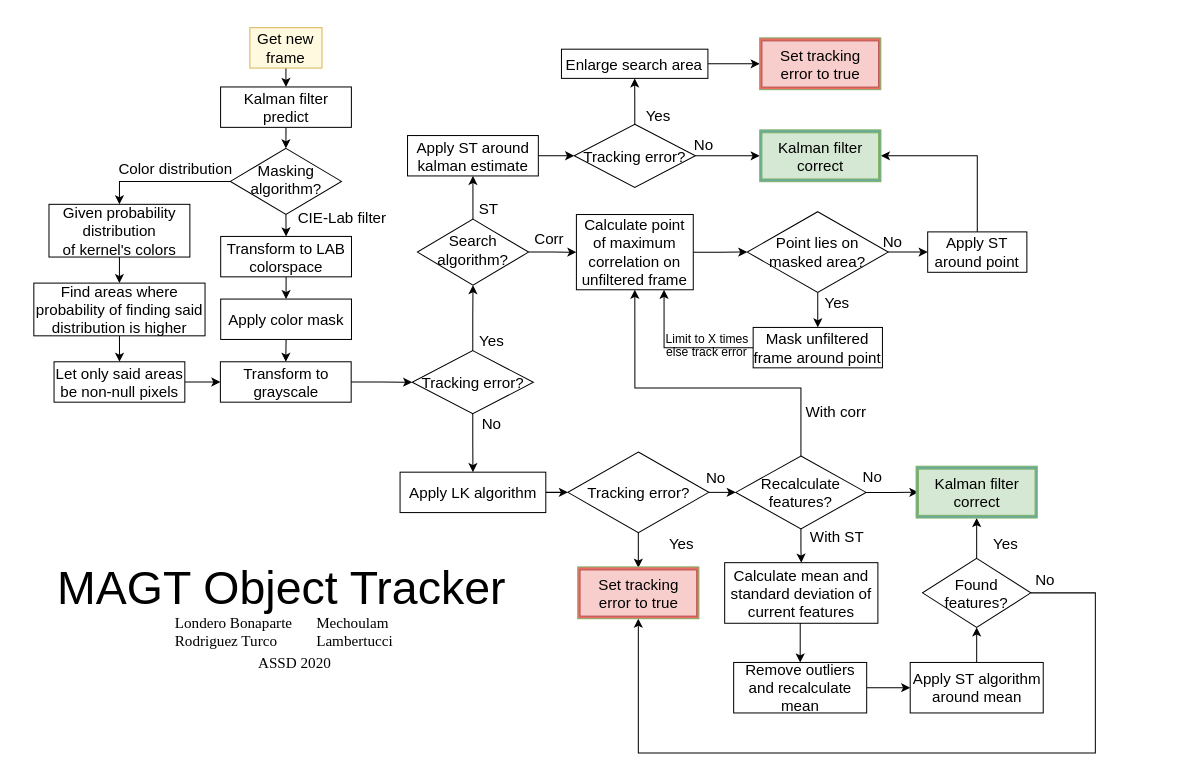
amechu/TP_FINAL_ASSD keeps this draw.io diagram as Flowchart.drawio. Above is the earlier version. Source tidied: cells renumbered, new cells numbered last; positions are measured from the earlier drawing's top-left corner, leaving out a move shared by most shapes. Both pictures are drawn from the tidied source at 101%, with x=0, y=0 at pixel (17, 27).
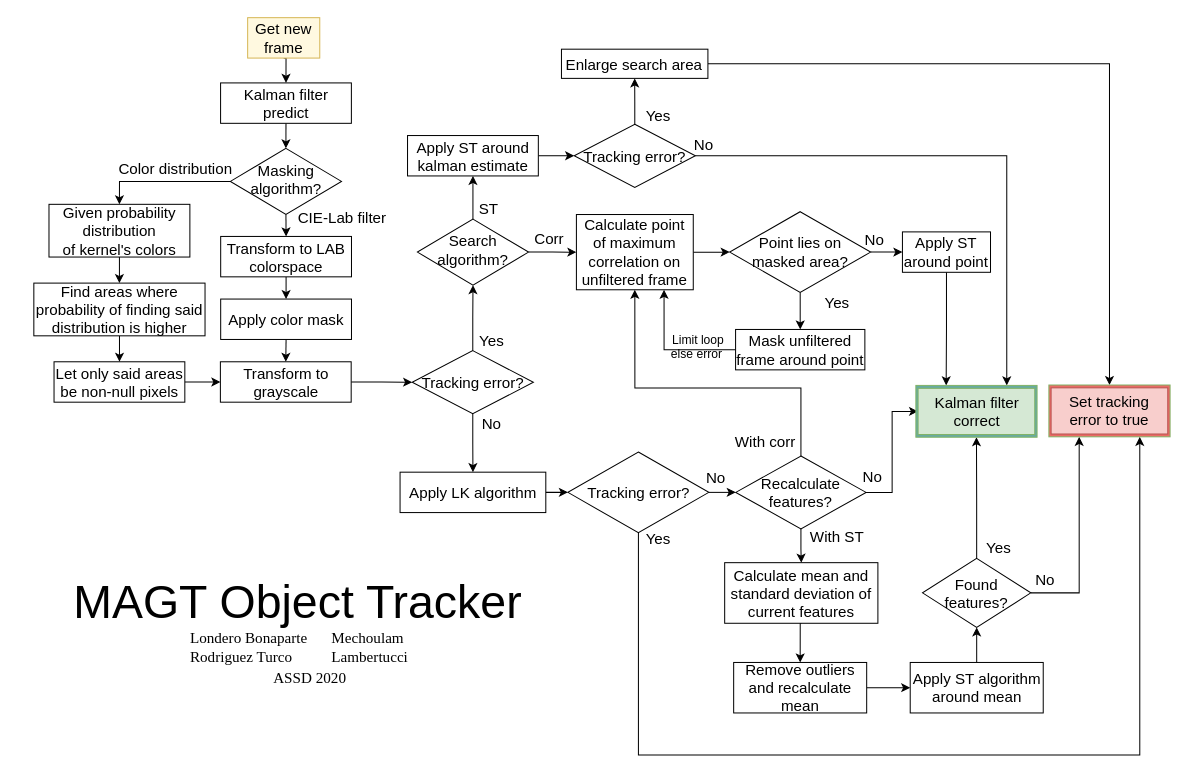
Above is the later version.

The change refers to these unchanged cells:
```xml
<mxCell id="27" value="Tracking error?" style="shape=rhombus;perimeter=rhombusPerimeter;whiteSpace=wrap;html=1;align=center;fontSize=15;" parent="1" vertex="1">
  <mxGeometry x="551" y="95.5" width="120" height="62.5" as="geometry" />
</mxCell>
<mxCell id="46" value="Tracking error?" style="shape=rhombus;perimeter=rhombusPerimeter;whiteSpace=wrap;html=1;align=center;fontSize=15;" parent="1" vertex="1">
  <mxGeometry x="544.8" y="420" width="139.5" height="80" as="geometry" />
</mxCell>
<mxCell id="52" value="Recalculate features?" style="shape=rhombus;perimeter=rhombusPerimeter;whiteSpace=wrap;html=1;align=center;fontSize=15;" parent="1" vertex="1">
  <mxGeometry x="711" y="424" width="129" height="72.1" as="geometry" />
</mxCell>
<mxCell id="62" value="Found features?" style="shape=rhombus;perimeter=rhombusPerimeter;whiteSpace=wrap;html=1;align=center;fontSize=15;" parent="1" vertex="1">
  <mxGeometry x="895.9" y="525.3" width="107.2" height="68.4" as="geometry" />
</mxCell>
<mxCell id="68" value="Enlarge search area" style="whiteSpace=wrap;html=1;align=center;fontSize=15;" parent="1" vertex="1">
  <mxGeometry x="538.4" y="21.2" width="145" height="28.9" as="geometry" />
</mxCell>
```

Diff of the diagram source:
```diff
@@
     <mxCell id="2" value="&lt;span style=&quot;font-size: 46px&quot;&gt;MAGT Object Tracker&lt;br&gt;&lt;br&gt;&lt;/span&gt;" style="html=1;shape=mxgraph.er.anchor;whiteSpace=wrap;" parent="1" vertex="1">
-      <mxGeometry x="0.3" y="555.6" width="522.6" height="54.7" as="geometry" />
+      <mxGeometry x="15.7" y="570" width="522.6" height="54.7" as="geometry" />
     </mxCell>
@@
     <mxCell id="4" value="Get new frame" style="whiteSpace=wrap;html=1;align=center;fontSize=15;strokeColor=#d6b656;fillColor=#FFF9E0;" parent="1" vertex="1">
-      <mxGeometry x="229.9" y="-0.1" width="71.4" height="40" as="geometry" />
+      <mxGeometry x="227.7" y="-10" width="71.4" height="40" as="geometry" />
     </mxCell>
@@
     <mxCell id="10" value="Kalman filter predict" style="whiteSpace=wrap;html=1;align=center;fontSize=15;" parent="1" vertex="1">
-      <mxGeometry x="200.9" y="58.6" width="129.5" height="40" as="geometry" />
+      <mxGeometry x="200.9" y="54.6" width="129.5" height="40" as="geometry" />
     </mxCell>
@@
-    <mxCell id="25" style="edgeStyle=orthogonalEdgeStyle;rounded=0;jettySize=auto;html=1;entryX=0;entryY=0.5;entryDx=0;entryDy=0;" parent="1" edge="1" source="27" target="69">
-      <mxGeometry relative="1" as="geometry" />
-    </mxCell>
@@
+    <mxCell id="94" style="edgeStyle=orthogonalEdgeStyle;rounded=0;jettySize=auto;html=1;entryX=0.75;entryY=0;entryDx=0;entryDy=0;" parent="1" edge="1" source="27" target="103">
+      <mxGeometry relative="1" as="geometry" />
+    </mxCell>
@@
     <mxCell id="34" value="Point lies on masked area?" style="shape=rhombus;perimeter=rhombusPerimeter;whiteSpace=wrap;html=1;align=center;fontSize=15;" parent="1" vertex="1">
-      <mxGeometry x="722.4" y="182.1" width="139.5" height="80" as="geometry" />
+      <mxGeometry x="705" y="182.1" width="139.5" height="80" as="geometry" />
     </mxCell>
-    <mxCell id="35" style="edgeStyle=orthogonalEdgeStyle;rounded=0;jettySize=auto;html=1;entryX=1;entryY=0.5;entryDx=0;entryDy=0;exitX=0.5;exitY=0;exitDx=0;exitDy=0;" parent="1" edge="1" source="36" target="69">
-      <mxGeometry relative="1" as="geometry">
-        <Array as="points">
-          <mxPoint x="950" y="126.7" />
-        </Array>
-      </mxGeometry>
-    </mxCell>
+    <mxCell id="95" style="edgeStyle=orthogonalEdgeStyle;rounded=0;jettySize=auto;html=1;entryX=0.25;entryY=0;entryDx=0;entryDy=0;" parent="1" edge="1" source="36" target="103">
+      <mxGeometry relative="1" as="geometry" />
+    </mxCell>
     <mxCell id="36" value="Apply ST around point" style="whiteSpace=wrap;html=1;align=center;fontSize=15;" parent="1" vertex="1">
-      <mxGeometry x="901" y="202.1" width="98.2" height="40" as="geometry" />
+      <mxGeometry x="876" y="202.1" width="87.2" height="40" as="geometry" />
     </mxCell>
     <mxCell id="37" value="No" style="text;html=1;align=center;verticalAlign=middle;fontSize=15;" parent="1" vertex="1">
-      <mxGeometry x="851" y="202.1" width="30" height="20" as="geometry" />
+      <mxGeometry x="833.4" y="200.1" width="30" height="20" as="geometry" />
     </mxCell>
@@
     <mxCell id="40" value="Mask unfiltered frame around point" style="whiteSpace=wrap;html=1;align=center;fontSize=15;" parent="1" vertex="1">
-      <mxGeometry x="728.2" y="296.7" width="128" height="40" as="geometry" />
+      <mxGeometry x="710.8" y="298.7" width="128" height="40" as="geometry" />
     </mxCell>
-    <mxCell id="41" value="Limit to X times" style="text;html=1;strokeColor=none;fillColor=none;align=center;verticalAlign=middle;whiteSpace=wrap;rounded=0;" parent="1" vertex="1">
-      <mxGeometry x="637" y="298.7" width="91.7" height="20" as="geometry" />
+    <mxCell id="41" value="Limit loop" style="text;html=1;strokeColor=none;fillColor=none;align=center;verticalAlign=middle;whiteSpace=wrap;rounded=0;" parent="1" vertex="1">
+      <mxGeometry x="627.5" y="299.7" width="91.7" height="20" as="geometry" />
     </mxCell>
@@
-    <mxCell id="44" style="edgeStyle=orthogonalEdgeStyle;rounded=0;orthogonalLoop=1;jettySize=auto;html=1;exitX=0.5;exitY=1;exitDx=0;exitDy=0;entryX=0.5;entryY=0;entryDx=0;entryDy=0;" parent="1" edge="1">
-      <mxGeometry relative="1" as="geometry">
-        <mxPoint x="614.5" y="496" as="sourcePoint" />
-        <mxPoint x="614.5" y="534.6" as="targetPoint" />
-      </mxGeometry>
-    </mxCell>
@@
+    <mxCell id="96" style="edgeStyle=orthogonalEdgeStyle;rounded=0;jettySize=auto;html=1;entryX=0.75;entryY=1;entryDx=0;entryDy=0;" parent="1" edge="1" source="46" target="101">
+      <mxGeometry relative="1" as="geometry">
+        <Array as="points">
+          <mxPoint x="615" y="720" />
+          <mxPoint x="1111" y="720" />
+        </Array>
+      </mxGeometry>
+    </mxCell>
@@
     <mxCell id="47" value="Yes" style="text;html=1;align=center;verticalAlign=middle;fontSize=15;" parent="1" vertex="1">
-      <mxGeometry x="637" y="501" width="40" height="20" as="geometry" />
+      <mxGeometry x="613.8" y="496.1" width="40" height="20" as="geometry" />
     </mxCell>
@@
-    <mxCell id="51" style="edgeStyle=orthogonalEdgeStyle;rounded=0;jettySize=auto;html=1;entryX=0;entryY=0.5;entryDx=0;entryDy=0;endArrow=classic;endFill=1;" parent="1" edge="1" source="52" target="72">
-      <mxGeometry relative="1" as="geometry" />
-    </mxCell>
+    <mxCell id="97" style="edgeStyle=orthogonalEdgeStyle;rounded=0;jettySize=auto;html=1;entryX=0;entryY=0.5;entryDx=0;entryDy=0;" parent="1" edge="1" source="52" target="104">
+      <mxGeometry relative="1" as="geometry" />
+    </mxCell>
@@
-    <mxCell id="60" style="edgeStyle=orthogonalEdgeStyle;rounded=0;jettySize=auto;html=1;entryX=0.5;entryY=1;entryDx=0;entryDy=0;" parent="1" edge="1" source="62" target="73">
-      <mxGeometry relative="1" as="geometry">
-        <Array as="points">
-          <mxPoint x="1067" y="560" />
-          <mxPoint x="1067" y="718" />
-          <mxPoint x="615" y="718" />
-        </Array>
-      </mxGeometry>
-    </mxCell>
-    <mxCell id="61" style="edgeStyle=orthogonalEdgeStyle;rounded=0;jettySize=auto;html=1;exitX=0.5;exitY=0;exitDx=0;exitDy=0;entryX=0.5;entryY=1;entryDx=0;entryDy=0;endArrow=classic;endFill=1;" parent="1" edge="1" source="62" target="71">
-      <mxGeometry relative="1" as="geometry" />
-    </mxCell>
+    <mxCell id="98" style="edgeStyle=orthogonalEdgeStyle;rounded=0;jettySize=auto;html=1;entryX=0.25;entryY=1;entryDx=0;entryDy=0;" parent="1" edge="1" source="62" target="101">
+      <mxGeometry relative="1" as="geometry" />
+    </mxCell>
+    <mxCell id="99" style="edgeStyle=orthogonalEdgeStyle;rounded=0;jettySize=auto;html=1;entryX=0.5;entryY=1;entryDx=0;entryDy=0;" parent="1" edge="1" source="62" target="103">
+      <mxGeometry relative="1" as="geometry" />
+    </mxCell>
@@
     <mxCell id="64" value="Yes" style="text;html=1;align=center;verticalAlign=middle;fontSize=15;" parent="1" vertex="1">
-      <mxGeometry x="958.2" y="501" width="40" height="20" as="geometry" />
+      <mxGeometry x="951" y="505.3" width="40" height="20" as="geometry" />
     </mxCell>
@@
     <mxCell id="66" value="With corr" style="text;html=1;align=center;verticalAlign=middle;fontSize=15;" parent="1" vertex="1">
-      <mxGeometry x="770.2" y="369.7" width="80" height="20" as="geometry" />
+      <mxGeometry x="700" y="400" width="80" height="20" as="geometry" />
     </mxCell>
-    <mxCell id="67" style="edgeStyle=orthogonalEdgeStyle;rounded=0;jettySize=auto;html=1;entryX=0;entryY=0.5;entryDx=0;entryDy=0;endArrow=classic;endFill=1;" parent="1" edge="1" source="68">
-      <mxGeometry relative="1" as="geometry">
-        <mxPoint x="734.7" y="35.7" as="targetPoint" />
-      </mxGeometry>
-    </mxCell>
+    <mxCell id="100" style="edgeStyle=orthogonalEdgeStyle;rounded=0;jettySize=auto;html=1;entryX=0.5;entryY=0;entryDx=0;entryDy=0;" parent="1" edge="1" source="68" target="101">
+      <mxGeometry relative="1" as="geometry" />
+    </mxCell>
@@
-    <mxCell id="69" style="rounded=0;whiteSpace=wrap;html=1;strokeColor=#82b366;fillColor=#67AB9F;" parent="1" vertex="1">
-      <mxGeometry x="734.7" y="101.1" width="120" height="51.3" as="geometry" />
-    </mxCell>
-    <mxCell id="70" value="Kalman filter correct" style="whiteSpace=wrap;html=1;align=center;fontSize=15;fillColor=#d5e8d4;strokeColor=#82b366;" parent="1" vertex="1">
-      <mxGeometry x="736.9" y="104" width="115.5" height="45.7" as="geometry" />
-    </mxCell>
-    <mxCell id="71" style="rounded=0;whiteSpace=wrap;html=1;strokeColor=#82b366;fillColor=#67AB9F;" parent="1" vertex="1">
-      <mxGeometry x="889.5" y="434.1" width="120" height="51.3" as="geometry" />
-    </mxCell>
-    <mxCell id="72" value="Kalman filter correct" style="whiteSpace=wrap;html=1;align=center;fontSize=15;fillColor=#d5e8d4;strokeColor=#82b366;" parent="1" vertex="1">
-      <mxGeometry x="891.8" y="437" width="115.5" height="45.7" as="geometry" />
-    </mxCell>
-    <mxCell id="73" style="rounded=0;whiteSpace=wrap;html=1;strokeColor=#82b366;fillColor=#EA6B66;" parent="1" vertex="1">
-      <mxGeometry x="554.5" y="533.8" width="120" height="51.3" as="geometry" />
-    </mxCell>
-    <mxCell id="74" value="Set tracking error to true" style="whiteSpace=wrap;html=1;align=center;fontSize=15;fillColor=#f8cecc;strokeColor=#b85450;" parent="1" vertex="1">
-      <mxGeometry x="556.8" y="536.8" width="115.5" height="45.7" as="geometry" />
-    </mxCell>
-    <mxCell id="75" style="rounded=0;whiteSpace=wrap;html=1;strokeColor=#82b366;fillColor=#EA6B66;" parent="1" vertex="1">
-      <mxGeometry x="734.6" y="10" width="120" height="51.3" as="geometry" />
-    </mxCell>
-    <mxCell id="76" value="Set tracking error to true" style="whiteSpace=wrap;html=1;align=center;fontSize=15;fillColor=#f8cecc;strokeColor=#b85450;" parent="1" vertex="1">
-      <mxGeometry x="736.9" y="13" width="115.5" height="45.7" as="geometry" />
-    </mxCell>
     <mxCell id="77" value="&lt;font style=&quot;font-size: 15px&quot; face=&quot;Times New Roman&quot;&gt;ASSD 2020&lt;/font&gt;" style="text;html=1;align=center;verticalAlign=middle;" parent="1" vertex="1">
-      <mxGeometry x="228.6" y="618.2" width="90" height="20" as="geometry" />
+      <mxGeometry x="244.1" y="632.5" width="90" height="20" as="geometry" />
     </mxCell>
@@
-    <mxCell id="79" value="else track error" style="text;html=1;strokeColor=none;fillColor=none;align=center;verticalAlign=middle;whiteSpace=wrap;rounded=0;" parent="1" vertex="1">
-      <mxGeometry x="630" y="311.2" width="105" height="20" as="geometry" />
+    <mxCell id="79" value="else error" style="text;html=1;strokeColor=none;fillColor=none;align=center;verticalAlign=middle;whiteSpace=wrap;rounded=0;" parent="1" vertex="1">
+      <mxGeometry x="619.8" y="312.7" width="105" height="20" as="geometry" />
     </mxCell>
@@
     <mxCell id="90" value="&lt;div&gt;&lt;span style=&quot;font-size: 15px&quot;&gt;&lt;font face=&quot;Times New Roman&quot;&gt;Mechoulam&lt;/font&gt;&lt;/span&gt;&lt;/div&gt;&lt;font style=&quot;text-align: center ; font-size: 15px&quot; face=&quot;Times New Roman&quot;&gt;&lt;div style=&quot;text-align: left&quot;&gt;Lambertucci&lt;/div&gt;&lt;/font&gt;" style="text;html=1;align=left;verticalAlign=middle;" parent="1" vertex="1">
-      <mxGeometry x="293.6" y="583.2" width="90" height="30" as="geometry" />
+      <mxGeometry x="309.1" y="597.5" width="90" height="30" as="geometry" />
     </mxCell>
     <mxCell id="91" value="&lt;div&gt;&lt;font face=&quot;Times New Roman&quot;&gt;&lt;span style=&quot;font-size: 15px&quot;&gt;Londero Bonaparte&lt;/span&gt;&lt;/font&gt;&lt;/div&gt;&lt;div&gt;&lt;font face=&quot;Times New Roman&quot;&gt;&lt;span style=&quot;font-size: 15px&quot;&gt;Rodriguez Turco&lt;/span&gt;&lt;/font&gt;&lt;/div&gt;" style="text;html=1;align=left;verticalAlign=middle;" parent="1" vertex="1">
-      <mxGeometry x="153.6" y="578.2" width="130" height="40" as="geometry" />
+      <mxGeometry x="169.1" y="592.5" width="130" height="40" as="geometry" />
     </mxCell>
@@
+    <mxCell id="101" style="rounded=0;whiteSpace=wrap;html=1;strokeColor=#82b366;fillColor=#EA6B66;" parent="1" vertex="1">
+      <mxGeometry x="1021" y="353.7" width="120" height="51.3" as="geometry" />
+    </mxCell>
+    <mxCell id="102" value="Set tracking error to true" style="whiteSpace=wrap;html=1;align=center;fontSize=15;fillColor=#f8cecc;strokeColor=#b85450;" parent="1" vertex="1">
+      <mxGeometry x="1023.2" y="356.5" width="115.5" height="45.7" as="geometry" />
+    </mxCell>
+    <mxCell id="103" style="rounded=0;whiteSpace=wrap;html=1;strokeColor=#82b366;fillColor=#67AB9F;" parent="1" vertex="1">
+      <mxGeometry x="889.3" y="354.1" width="120" height="51.3" as="geometry" />
+    </mxCell>
+    <mxCell id="104" value="Kalman filter correct" style="whiteSpace=wrap;html=1;align=center;fontSize=15;fillColor=#d5e8d4;strokeColor=#82b366;" parent="1" vertex="1">
+      <mxGeometry x="891.5" y="357" width="115.5" height="45.7" as="geometry" />
+    </mxCell>
```
